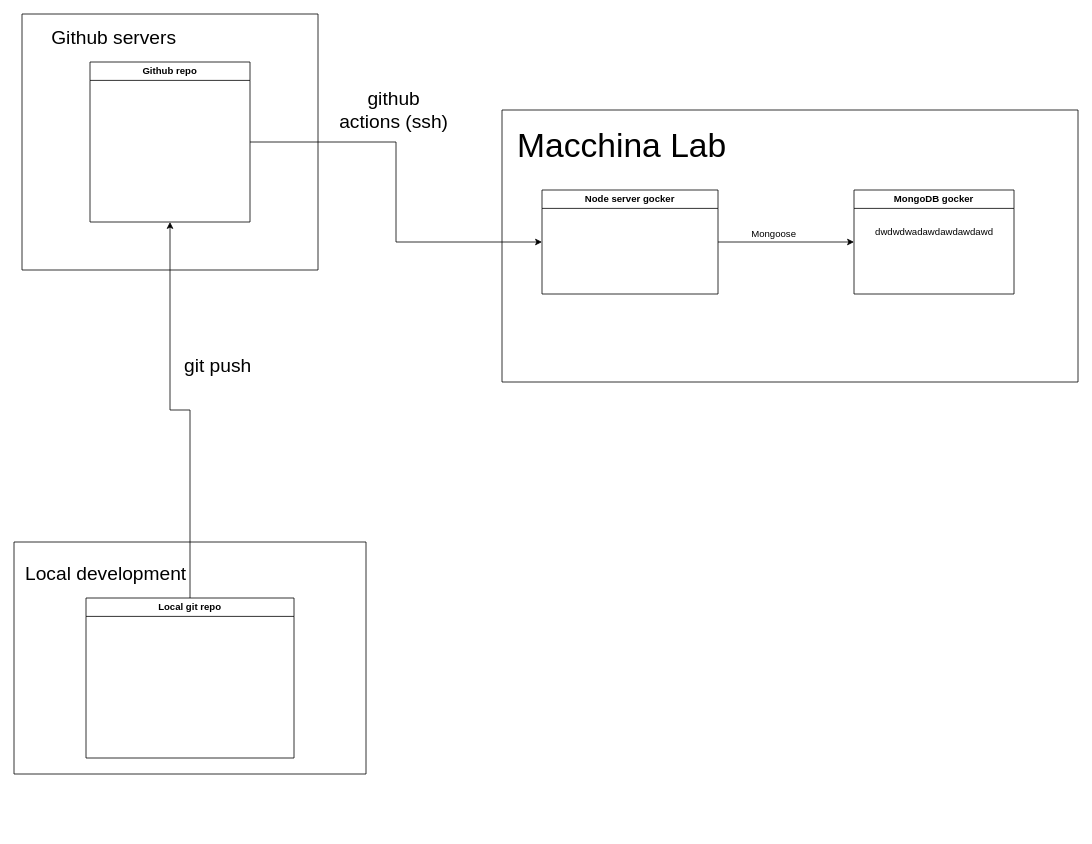
Earlier version of the draw.io diagram Diagramma senza titolo.drawio (tecWebSelfie/ProgettoWebApp). Source tidied: cells renumbered, new cells numbered last; positions are measured from the earlier drawing's top-left corner, leaving out a move shared by most shapes. Both pictures are drawn from the tidied source at 80%, with x=0, y=0 at pixel (14, 14).
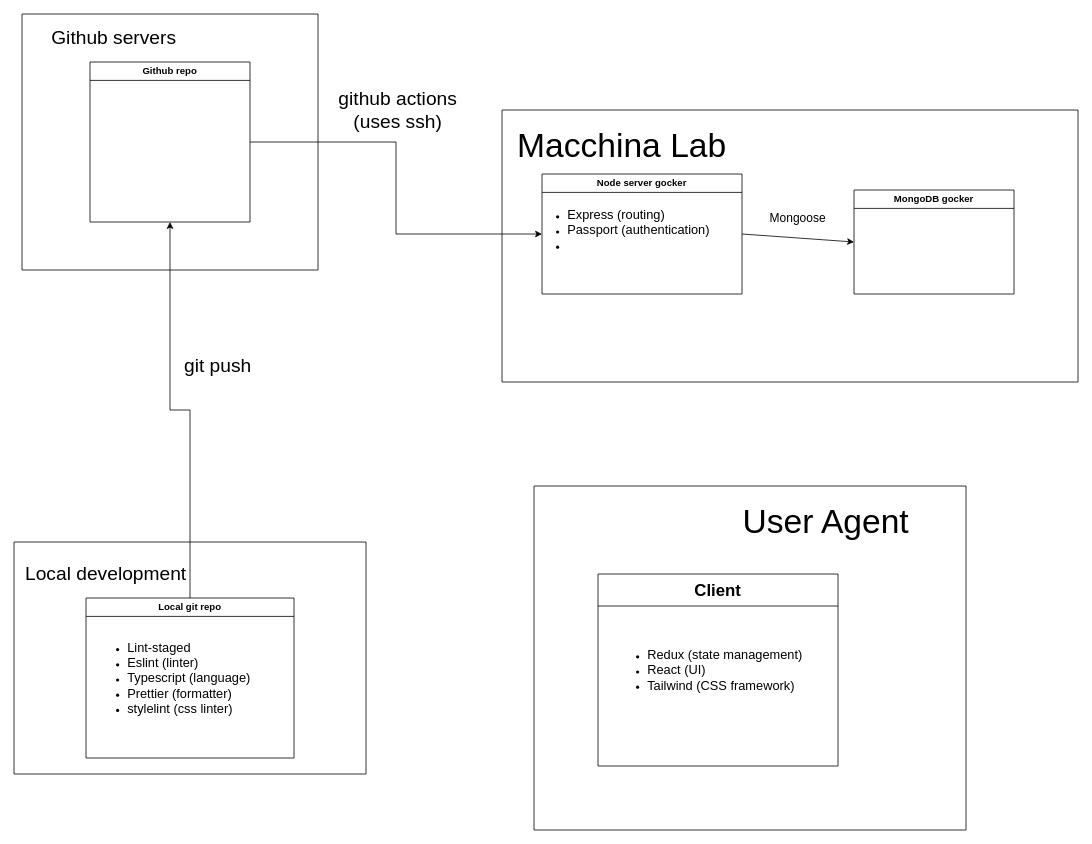
The same diagram, later.

Commit message:
Update development system diagram

The change refers to these unchanged cells:
```xml
<mxCell id="4" value="MongoDB gocker" style="swimlane;whiteSpace=wrap;html=1;startSize=23;" parent="1" vertex="1">
  <mxGeometry x="1050" y="220" width="200" height="130" as="geometry" />
</mxCell>
<mxCell id="8" style="swimlane;startSize=0;" parent="1" vertex="1">
  <mxGeometry x="610" y="120" width="720" height="340" as="geometry" />
</mxCell>
<mxCell id="15" value="Local git repo" style="swimlane;whiteSpace=wrap;html=1;" parent="13" vertex="1">
  <mxGeometry x="90" y="70" width="260" height="200" as="geometry" />
</mxCell>
```

The edit, as a diff of the source:
```diff
@@
     <mxCell id="2" value="Node server gocker" style="swimlane;whiteSpace=wrap;html=1;startSize=23;" parent="1" vertex="1">
-      <mxGeometry x="660" y="220" width="220" height="130" as="geometry" />
+      <mxGeometry x="660" y="200" width="250" height="150" as="geometry" />
     </mxCell>
@@
-    <mxCell id="5" value="dwdwdwadawdawdawdawd&lt;div&gt;&lt;br&gt;&lt;/div&gt;" style="text;html=1;align=center;verticalAlign=middle;strokeColor=none;fillColor=none;" parent="4" vertex="1">
-      <mxGeometry x="15" y="40" width="170" height="40" as="geometry" />
+    <mxCell id="5" value="&lt;div&gt;&lt;br&gt;&lt;/div&gt;" style="text;html=1;align=center;verticalAlign=middle;strokeColor=none;fillColor=none;" parent="4" vertex="1">
+      <mxGeometry x="90" y="45" width="20" height="30" as="geometry" />
     </mxCell>
@@
-    <mxCell id="7" value="Mongoose" style="text;html=1;align=center;verticalAlign=middle;whiteSpace=wrap;rounded=0;" parent="1" vertex="1">
-      <mxGeometry x="920" y="260" width="60" height="30" as="geometry" />
-    </mxCell>
@@
+    <mxCell id="20" value="&lt;ul style=&quot;&quot;&gt;&lt;li style=&quot;&quot;&gt;&lt;span style=&quot;font-size: 16px;&quot;&gt;Express (routing)&lt;/span&gt;&lt;/li&gt;&lt;li style=&quot;&quot;&gt;&lt;span style=&quot;font-size: 16px;&quot;&gt;Passport (authentication)&lt;/span&gt;&lt;/li&gt;&lt;li style=&quot;&quot;&gt;&lt;span style=&quot;font-size: 16px;&quot;&gt;&lt;br&gt;&lt;/span&gt;&lt;/li&gt;&lt;/ul&gt;" style="text;html=1;align=left;verticalAlign=middle;strokeColor=none;fillColor=none;" parent="8" vertex="1">
+      <mxGeometry x="40" y="100" width="240" height="100" as="geometry" />
+    </mxCell>
+    <mxCell id="7" value="&lt;font style=&quot;font-size: 15px;&quot;&gt;Mongoose&lt;/font&gt;" style="text;html=1;align=center;verticalAlign=middle;whiteSpace=wrap;rounded=0;" parent="8" vertex="1">
+      <mxGeometry x="340" y="120" width="60" height="30" as="geometry" />
+    </mxCell>
@@
+    <mxCell id="21" value="&lt;ul style=&quot;&quot;&gt;&lt;li style=&quot;&quot;&gt;&lt;span style=&quot;font-size: 16px;&quot;&gt;Lint-staged&lt;/span&gt;&lt;/li&gt;&lt;li style=&quot;&quot;&gt;&lt;span style=&quot;font-size: 16px;&quot;&gt;Eslint (linter)&lt;/span&gt;&lt;/li&gt;&lt;li style=&quot;&quot;&gt;&lt;span style=&quot;font-size: 16px;&quot;&gt;Typescript (language)&lt;/span&gt;&lt;/li&gt;&lt;li style=&quot;&quot;&gt;&lt;span style=&quot;font-size: 16px;&quot;&gt;Prettier (formatter)&lt;/span&gt;&lt;/li&gt;&lt;li style=&quot;&quot;&gt;&lt;span style=&quot;font-size: 16px;&quot;&gt;stylelint (css linter)&lt;/span&gt;&lt;/li&gt;&lt;/ul&gt;" style="text;html=1;align=left;verticalAlign=middle;strokeColor=none;fillColor=none;" parent="15" vertex="1">
+      <mxGeometry x="10" y="35" width="220" height="130" as="geometry" />
+    </mxCell>
@@
-    <mxCell id="19" value="&lt;font style=&quot;font-size: 24px;&quot;&gt;github actions (ssh)&lt;/font&gt;" style="text;html=1;align=center;verticalAlign=middle;whiteSpace=wrap;rounded=0;" parent="1" vertex="1">
-      <mxGeometry x="400" y="100" width="150" height="40" as="geometry" />
+    <mxCell id="19" value="&lt;font style=&quot;font-size: 24px;&quot;&gt;github actions (uses ssh)&lt;/font&gt;" style="text;html=1;align=center;verticalAlign=middle;whiteSpace=wrap;rounded=0;" parent="1" vertex="1">
+      <mxGeometry x="400" y="100" width="160" height="40" as="geometry" />
     </mxCell>
+    <mxCell id="22" style="swimlane;startSize=0;" parent="1" vertex="1">
+      <mxGeometry x="650" y="590" width="540" height="430" as="geometry" />
+    </mxCell>
+    <mxCell id="23" value="&lt;font style=&quot;font-size: 42px;&quot;&gt;User Agent&lt;/font&gt;" style="text;html=1;align=center;verticalAlign=middle;whiteSpace=wrap;rounded=0;" parent="22" vertex="1">
+      <mxGeometry x="220" y="20" width="290" height="50" as="geometry" />
+    </mxCell>
+    <mxCell id="24" value="&lt;font style=&quot;font-size: 21px;&quot;&gt;Client&lt;/font&gt;" style="swimlane;whiteSpace=wrap;html=1;startSize=40;" parent="22" vertex="1">
+      <mxGeometry x="80" y="110" width="300" height="240" as="geometry" />
+    </mxCell>
+    <mxCell id="25" value="&lt;ul style=&quot;&quot;&gt;&lt;li style=&quot;&quot;&gt;&lt;span style=&quot;font-size: 16px;&quot;&gt;Redux (state management)&lt;/span&gt;&lt;/li&gt;&lt;li style=&quot;&quot;&gt;&lt;span style=&quot;font-size: 16px;&quot;&gt;React (UI)&lt;/span&gt;&lt;/li&gt;&lt;li style=&quot;&quot;&gt;&lt;span style=&quot;font-size: 16px;&quot;&gt;Tailwind (CSS framework)&lt;/span&gt;&lt;/li&gt;&lt;/ul&gt;" style="text;html=1;align=left;verticalAlign=middle;strokeColor=none;fillColor=none;" parent="24" vertex="1">
+      <mxGeometry x="20" y="70" width="260" height="100" as="geometry" />
+    </mxCell>
```
